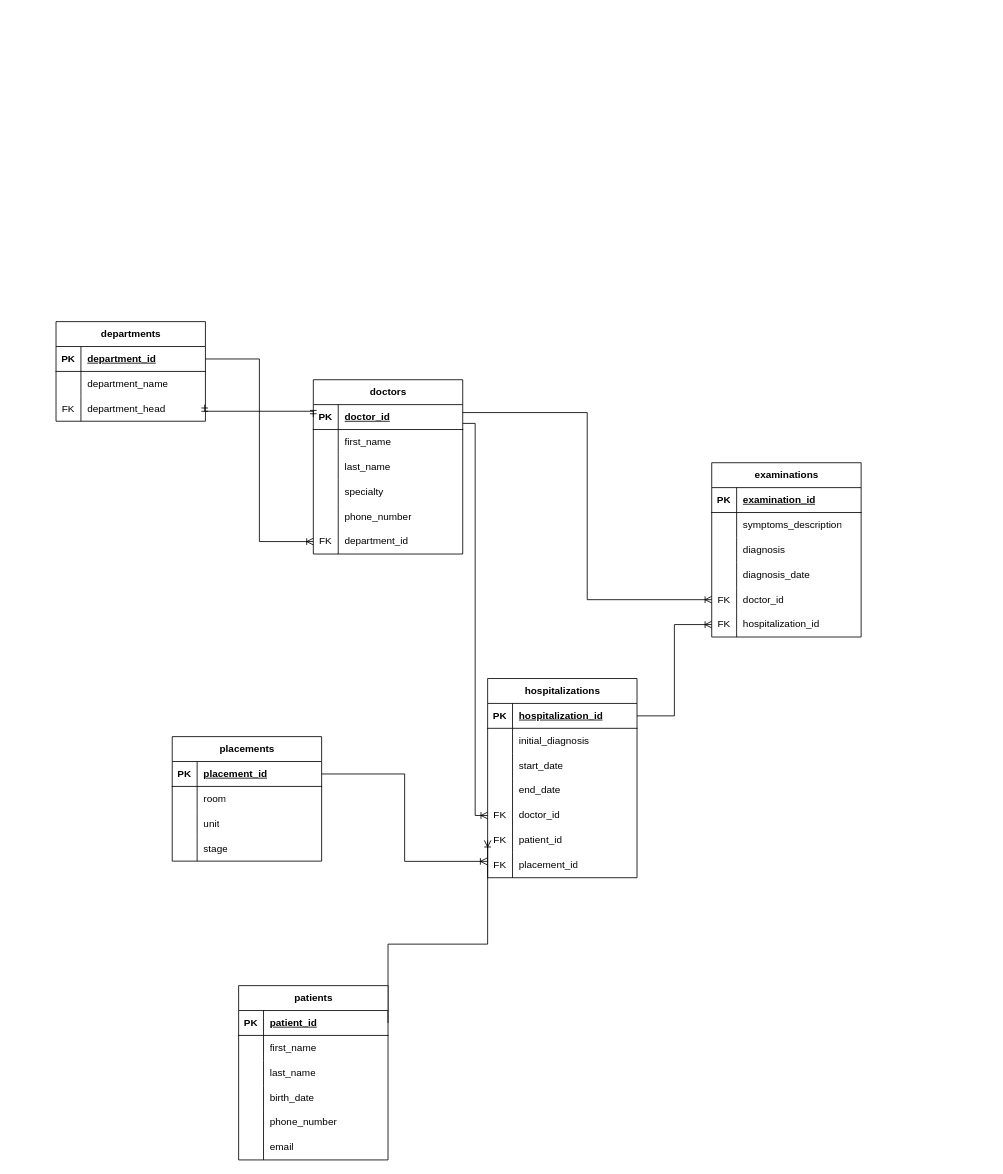
This is L8/db_hospital.drawio from nromanen/db-fundamentals, a draw.io file, before an edit. Source tidied: cells renumbered, new cells numbered last; positions are measured from the earlier drawing's top-left corner, leaving out a move shared by most shapes. Both pictures are drawn from the tidied source at 83%, with x=0, y=0 at pixel (56, 321).
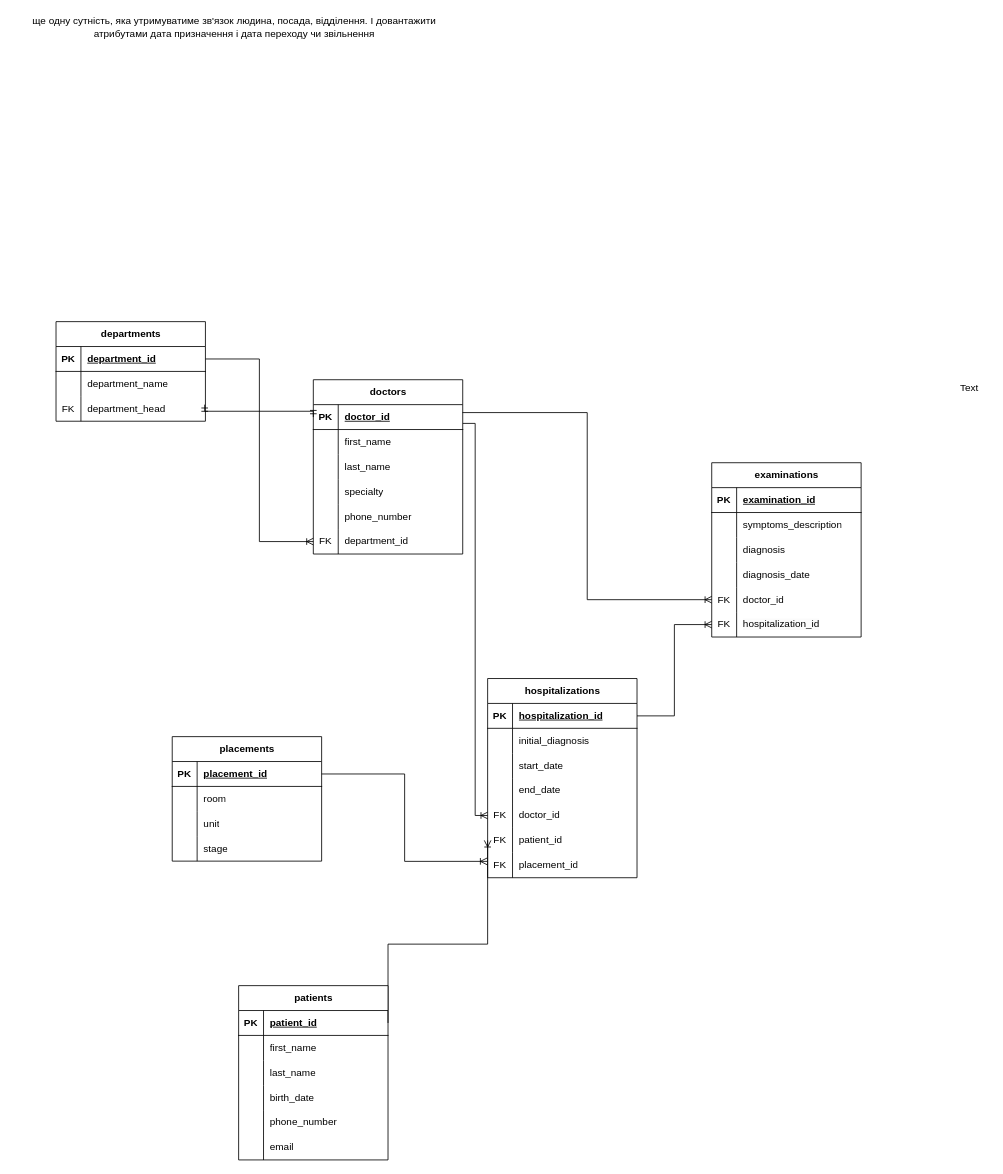
After the change.

The edit, as a diff of the source:
```diff
@@
+    <mxCell id="113" value="ще одну сутність, яка утримуватиме зв'язок людина, посада, відділення. І довантажити атрибутами дата призначення і дата переходу чи звільнення" style="text;strokeColor=none;align=center;fillColor=none;html=1;verticalAlign=middle;whiteSpace=wrap;rounded=0;" parent="1" vertex="1">
+      <mxGeometry x="-50" y="-370" width="530" height="30" as="geometry" />
+    </mxCell>
+    <mxCell id="114" value="Text" style="text;html=1;align=center;verticalAlign=middle;strokeColor=none;fillColor=none;" parent="1" vertex="1">
+      <mxGeometry x="1075" y="65" width="50" height="30" as="geometry" />
+    </mxCell>
```
